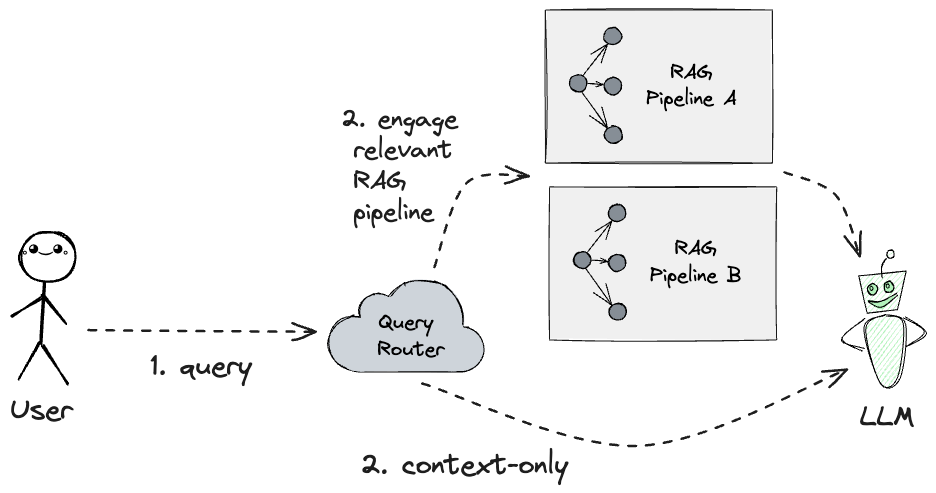
This is dotnetday-zurich-2025/graphics/rag-with-routing3.excalidraw.png from filipw/filipw.github.io, a Excalidraw export, as it was before one commit. Source tidied: one line per element, renumbered; positions are measured from the earlier drawing's top-left corner, leaving out a move shared by most shapes. The source it was exported from:
```json
{"id": 0, "type": "rectangle", "strokeColor": "#000000", "backgroundColor": "#ced4da", "fillStyle": "solid", "strokeWidth": 1, "roughness": 1, "round": true, "x": 338, "y": 319, "width": 121, "height": 43}
{"id": 1, "type": "ellipse", "strokeColor": "#000000", "backgroundColor": "#ced4da", "fillStyle": "solid", "strokeWidth": 1, "roughness": 1, "x": 372, "y": 270, "width": 82, "height": 79}
{"id": 2, "type": "ellipse", "strokeColor": "#000000", "backgroundColor": "#ced4da", "fillStyle": "solid", "strokeWidth": 1, "roughness": 1, "x": 318, "y": 306, "width": 57, "height": 55}
{"id": 3, "type": "ellipse", "strokeColor": "#000000", "backgroundColor": "#ced4da", "fillStyle": "solid", "strokeWidth": 1, "roughness": 1, "x": 349, "y": 283, "width": 39, "height": 35}
{"id": 4, "type": "ellipse", "strokeColor": "#000000", "backgroundColor": "#ced4da", "fillStyle": "solid", "strokeWidth": 1, "roughness": 1, "x": 426, "y": 316, "width": 48, "height": 45}
{"id": 5, "type": "ellipse", "strokeColor": "#ced4da", "backgroundColor": "#ced4da", "fillStyle": "solid", "strokeWidth": 1, "roughness": 1, "x": 325, "y": 313, "width": 50, "height": 49}
{"id": 6, "type": "ellipse", "strokeColor": "#ced4da", "backgroundColor": "#ced4da", "fillStyle": "solid", "strokeWidth": 1, "roughness": 1, "x": 393, "y": 294, "width": 60, "height": 65}
{"id": 7, "type": "ellipse", "strokeColor": "#ced4da", "backgroundColor": "#ced4da", "fillStyle": "solid", "strokeWidth": 1, "roughness": 1, "x": 414, "y": 317, "width": 58, "height": 44}
{"id": 8, "type": "ellipse", "strokeColor": "#ced4da", "backgroundColor": "#ced4da", "fillStyle": "solid", "strokeWidth": 1, "roughness": 1, "x": 363, "y": 285, "width": 48, "height": 49}
{"id": 9, "type": "ellipse", "strokeColor": "#ced4da", "backgroundColor": "#ced4da", "fillStyle": "solid", "strokeWidth": 1, "roughness": 1, "x": 343, "y": 298, "width": 67, "height": 61}
{"id": 10, "type": "text", "text": "Query \nRouter", "strokeColor": "#000000", "backgroundColor": "#ced4da", "fillStyle": "solid", "strokeWidth": 1, "roughness": 1, "fontSize": 20, "fontFamily": 1, "textAlign": "center", "x": 367, "y": 299, "width": 67, "height": 54}
{"id": 11, "type": "line", "strokeColor": "#000000", "backgroundColor": "#b2f2bb", "fillStyle": "hachure", "strokeWidth": 1, "roughness": 1, "x": 849, "y": 266, "width": 47, "height": 42, "points": [[0, 0], [8, 37], [39, 34], [47, -5], [0, 0]]}
{"id": 12, "type": "line", "strokeColor": "#000000", "angle": 0.41, "backgroundColor": "#b2f2bb", "fillStyle": "hachure", "strokeWidth": 1, "roughness": 1, "round": true, "x": 876, "y": 267, "width": 4, "height": 19, "points": [[0, 0], [-4, -10], [-3, -19]]}
{"id": 13, "type": "ellipse", "strokeColor": "#000000", "angle": 6.58, "backgroundColor": "#b2f2bb", "fillStyle": "hachure", "strokeWidth": 1, "roughness": 1, "x": 877, "y": 240, "width": 7, "height": 9}
{"id": 14, "type": "line", "strokeColor": "#000000", "angle": 6.21, "backgroundColor": "#b2f2bb", "fillStyle": "hachure", "strokeWidth": 1, "roughness": 1, "round": true, "x": 879, "y": 306, "width": 39, "height": 69, "points": [[0, 0], [17, 9], [8, 62], [-11, 68], [-23, 10], [-1, -1]]}
{"id": 15, "type": "line", "strokeColor": "#000000", "angle": 0.13, "backgroundColor": "#b2f2bb", "fillStyle": "hachure", "strokeWidth": 1, "roughness": 1, "round": true, "x": 892, "y": 309, "width": 23, "height": 29, "points": [[0, 0], [23, 11], [7, 29]]}
{"id": 16, "type": "line", "strokeColor": "#000000", "angle": 6.08, "backgroundColor": "#b2f2bb", "fillStyle": "hachure", "strokeWidth": 1, "roughness": 1, "round": true, "x": 857, "y": 312, "width": 25, "height": 29, "points": [[0, 0], [-25, 15], [-7, 29]]}
{"id": 17, "type": "line", "strokeColor": "#000000", "backgroundColor": "#b2f2bb", "fillStyle": "solid", "strokeWidth": 1, "roughness": 1, "round": true, "x": 887, "y": 283, "width": 29, "height": 14, "points": [[0, 0], [-12, 6], [-19, 8], [-29, 7], [-16, 14], [0, 2]]}
{"id": 18, "type": "ellipse", "strokeColor": "#000000", "backgroundColor": "#b2f2bb", "fillStyle": "solid", "strokeWidth": 1, "roughness": 1, "x": 857, "y": 274, "width": 10, "height": 11}
{"id": 19, "type": "ellipse", "strokeColor": "#000000", "backgroundColor": "#b2f2bb", "fillStyle": "solid", "strokeWidth": 1, "roughness": 0, "x": 860, "y": 276, "width": 3, "height": 4}
{"id": 20, "type": "ellipse", "strokeColor": "#000000", "backgroundColor": "#b2f2bb", "fillStyle": "solid", "strokeWidth": 1, "roughness": 1, "x": 874, "y": 271, "width": 10, "height": 11}
{"id": 21, "type": "ellipse", "strokeColor": "#000000", "backgroundColor": "#b2f2bb", "fillStyle": "solid", "strokeWidth": 1, "roughness": 0, "x": 876, "y": 274, "width": 3, "height": 4}
{"id": 22, "type": "text", "text": "LLM", "strokeColor": "#1e1e1e", "backgroundColor": "#b2f2bb", "fillStyle": "solid", "strokeWidth": 2, "roughness": 1, "fontSize": 28, "fontFamily": 1, "x": 850, "y": 390, "width": 55, "height": 35}
{"id": 23, "type": "ellipse", "strokeColor": "#000000", "strokeWidth": 2, "roughness": 1, "x": 10, "y": 221, "width": 56, "height": 51}
{"id": 24, "type": "line", "strokeColor": "#000000", "backgroundColor": "#ced4da", "fillStyle": "solid", "strokeWidth": 2, "roughness": 1, "round": true, "x": 35, "y": 272, "width": 3, "height": 62, "points": [[0, 0], [-3, 62]]}
{"id": 25, "type": "line", "strokeColor": "#000000", "backgroundColor": "#ced4da", "fillStyle": "solid", "strokeWidth": 2, "roughness": 1, "round": true, "x": 32, "y": 336, "width": 25, "height": 38, "points": [[0, 0], [25, 38]]}
{"id": 26, "type": "line", "strokeColor": "#000000", "backgroundColor": "#ced4da", "fillStyle": "solid", "strokeWidth": 2, "roughness": 1, "round": true, "x": 29, "y": 333, "width": 21, "height": 35, "points": [[0, 0], [-21, 35]]}
{"id": 27, "type": "line", "strokeColor": "#000000", "backgroundColor": "#ced4da", "fillStyle": "solid", "strokeWidth": 2, "roughness": 1, "round": true, "x": 1, "y": 307, "width": 32, "height": 21, "points": [[0, 0], [32, -21]]}
{"id": 28, "type": "line", "strokeColor": "#000000", "backgroundColor": "#ced4da", "fillStyle": "solid", "strokeWidth": 2, "roughness": 1, "round": true, "x": 33, "y": 285, "width": 23, "height": 28, "points": [[0, 0], [23, 28]]}
{"id": 29, "type": "text", "text": "｡◕‿◕｡", "strokeColor": "#000000", "strokeWidth": 1, "roughness": 1, "fontSize": 15.28, "fontFamily": 1, "x": 11, "y": 228, "width": 49, "height": 22}
{"id": 30, "type": "text", "text": "User", "strokeColor": "#1e1e1e", "backgroundColor": "#b2f2bb", "fillStyle": "solid", "strokeWidth": 2, "roughness": 1, "fontSize": 28, "fontFamily": 1, "x": 0, "y": 384, "width": 63, "height": 35}
{"id": 31, "type": "arrow", "strokeColor": "#1e1e1e", "backgroundColor": "#b2f2bb", "fillStyle": "solid", "strokeWidth": 2, "strokeStyle": "dashed", "roughness": 1, "endArrowhead": "arrow", "round": true, "to": 2, "x": 78, "y": 319, "width": 226, "height": 2, "points": [[0, 0], [226, 2]]}
{"id": 32, "type": "arrow", "strokeColor": "#1e1e1e", "backgroundColor": "#b2f2bb", "fillStyle": "solid", "strokeWidth": 2, "strokeStyle": "dashed", "roughness": 1, "endArrowhead": "arrow", "round": true, "from": 6, "x": 411, "y": 372, "width": 426, "height": 77, "points": [[0, 0], [217, 64], [426, -14]]}
{"id": 33, "type": "text", "text": "1. query", "strokeColor": "#1e1e1e", "strokeWidth": 2, "roughness": 1, "fontSize": 28, "fontFamily": 1, "x": 141, "y": 339, "width": 101, "height": 35}
{"id": 34, "type": "text", "text": "2. engage \n relevant\n RAG\n pipeline", "strokeColor": "#1e1e1e", "strokeWidth": 2, "roughness": 1, "fontSize": 24.74, "fontFamily": 1, "x": 331, "y": 95, "width": 129, "height": 124}
{"id": 35, "type": "arrow", "strokeColor": "#1e1e1e", "backgroundColor": "#b2f2bb", "fillStyle": "solid", "strokeWidth": 2, "strokeStyle": "dashed", "roughness": 1, "endArrowhead": "arrow", "round": true, "from": 1, "to": 47, "x": 424, "y": 257, "width": 96, "height": 92, "points": [[0, 0], [32, -83], [96, -92]]}
{"id": 36, "type": "arrow", "strokeColor": "#1e1e1e", "backgroundColor": "#b2f2bb", "fillStyle": "solid", "strokeWidth": 2, "strokeStyle": "dashed", "roughness": 1, "endArrowhead": "arrow", "round": true, "from": 47, "x": 774, "y": 163, "width": 76, "height": 82, "points": [[0, 0], [53, 21], [76, 82]]}
{"id": 37, "type": "text", "text": "2. context-only", "strokeColor": "#1e1e1e", "strokeWidth": 2, "roughness": 1, "fontSize": 28, "fontFamily": 1, "x": 350, "y": 438, "width": 208, "height": 35}
{"id": 38, "type": "rectangle", "strokeColor": "#000000", "backgroundColor": "#eeeeee", "fillStyle": "solid", "strokeWidth": 1, "roughness": 1, "opacity": 90, "x": 535, "y": 0, "width": 227, "height": 153}
{"id": 39, "type": "ellipse", "strokeColor": "#000000", "backgroundColor": "#868e96", "fillStyle": "solid", "strokeWidth": 1, "roughness": 1, "round": true, "x": 594, "y": 67, "width": 18, "height": 17}
{"id": 40, "type": "ellipse", "strokeColor": "#000000", "backgroundColor": "#868e96", "fillStyle": "solid", "strokeWidth": 1, "roughness": 1, "round": true, "x": 559, "y": 65, "width": 18, "height": 17}
{"id": 41, "type": "ellipse", "strokeColor": "#000000", "backgroundColor": "#868e96", "fillStyle": "solid", "strokeWidth": 1, "roughness": 1, "round": true, "x": 594, "y": 116, "width": 18, "height": 17}
{"id": 42, "type": "ellipse", "strokeColor": "#000000", "backgroundColor": "#868e96", "fillStyle": "solid", "strokeWidth": 1, "roughness": 1, "round": true, "x": 594, "y": 17, "width": 18, "height": 17}
{"id": 43, "type": "arrow", "strokeColor": "#000000", "strokeWidth": 1, "roughness": 1, "endArrowhead": "arrow", "from": 40, "x": 572, "y": 82, "width": 26, "height": 36, "points": [[0, 0], [26, 36]]}
{"id": 44, "type": "arrow", "strokeColor": "#000000", "strokeWidth": 1, "roughness": 1, "endArrowhead": "arrow", "from": 40, "to": 39, "x": 578, "y": 73, "width": 16, "height": 1, "points": [[0, 0], [16, 1]]}
{"id": 45, "type": "arrow", "strokeColor": "#000000", "strokeWidth": 1, "roughness": 1, "endArrowhead": "arrow", "from": 40, "to": 42, "x": 573, "y": 65, "width": 24, "height": 31, "points": [[0, 0], [24, -31]]}
{"id": 46, "type": "text", "text": "RAG\nPipeline A", "strokeColor": "#000000", "strokeWidth": 1, "roughness": 1, "fontSize": 19.72, "fontFamily": 1, "textAlign": "center", "x": 636, "y": 49, "width": 90, "height": 53}
{"id": 47, "type": "rectangle", "strokeColor": "#000000", "backgroundColor": "#eeeeee", "fillStyle": "solid", "strokeWidth": 1, "roughness": 1, "opacity": 90, "x": 540, "y": 177, "width": 227, "height": 153}
{"id": 48, "type": "ellipse", "strokeColor": "#000000", "backgroundColor": "#868e96", "fillStyle": "solid", "strokeWidth": 1, "roughness": 1, "round": true, "x": 598, "y": 244, "width": 18, "height": 17}
{"id": 49, "type": "ellipse", "strokeColor": "#000000", "backgroundColor": "#868e96", "fillStyle": "solid", "strokeWidth": 1, "roughness": 1, "round": true, "x": 563, "y": 241, "width": 18, "height": 17}
{"id": 50, "type": "ellipse", "strokeColor": "#000000", "backgroundColor": "#868e96", "fillStyle": "solid", "strokeWidth": 1, "roughness": 1, "round": true, "x": 599, "y": 293, "width": 18, "height": 17}
{"id": 51, "type": "ellipse", "strokeColor": "#000000", "backgroundColor": "#868e96", "fillStyle": "solid", "strokeWidth": 1, "roughness": 1, "round": true, "x": 598, "y": 194, "width": 18, "height": 17}
{"id": 52, "type": "arrow", "strokeColor": "#000000", "strokeWidth": 1, "roughness": 1, "endArrowhead": "arrow", "from": 49, "x": 576, "y": 259, "width": 26, "height": 36, "points": [[0, 0], [26, 36]]}
{"id": 53, "type": "arrow", "strokeColor": "#000000", "strokeWidth": 1, "roughness": 1, "endArrowhead": "arrow", "from": 49, "to": 48, "x": 582, "y": 250, "width": 16, "height": 1, "points": [[0, 0], [16, 1]]}
{"id": 54, "type": "arrow", "strokeColor": "#000000", "strokeWidth": 1, "roughness": 1, "endArrowhead": "arrow", "from": 49, "to": 51, "x": 578, "y": 242, "width": 24, "height": 31, "points": [[0, 0], [24, -31]]}
{"id": 55, "type": "text", "text": "RAG\nPipeline B", "strokeColor": "#000000", "strokeWidth": 1, "roughness": 1, "fontSize": 19.72, "fontFamily": 1, "textAlign": "center", "x": 640, "y": 226, "width": 92, "height": 53}
```
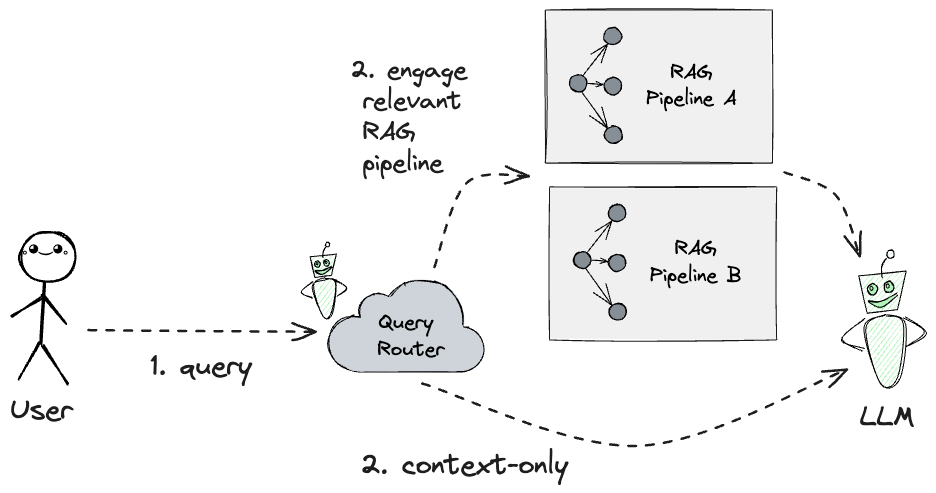
Above is the later version.

What changed in the source:
```diff
@@ -32,7 +32,7 @@
 {"id": 31, "type": "arrow", "strokeColor": "#1e1e1e", "backgroundColor": "#b2f2bb", "fillStyle": "solid", "strokeWidth": 2, "strokeStyle": "dashed", "roughness": 1, "endArrowhead": "arrow", "round": true, "to": 2, "x": 78, "y": 319, "width": 226, "height": 2, "points": [[0, 0], [226, 2]]}
 {"id": 32, "type": "arrow", "strokeColor": "#1e1e1e", "backgroundColor": "#b2f2bb", "fillStyle": "solid", "strokeWidth": 2, "strokeStyle": "dashed", "roughness": 1, "endArrowhead": "arrow", "round": true, "from": 6, "x": 411, "y": 372, "width": 426, "height": 77, "points": [[0, 0], [217, 64], [426, -14]]}
 {"id": 33, "type": "text", "text": "1. query", "strokeColor": "#1e1e1e", "strokeWidth": 2, "roughness": 1, "fontSize": 28, "fontFamily": 1, "x": 141, "y": 339, "width": 101, "height": 35}
-{"id": 34, "type": "text", "text": "2. engage \n relevant\n RAG\n pipeline", "strokeColor": "#1e1e1e", "strokeWidth": 2, "roughness": 1, "fontSize": 24.74, "fontFamily": 1, "x": 331, "y": 95, "width": 129, "height": 124}
+{"id": 34, "type": "text", "text": "2. engage \n relevant\n RAG\n pipeline", "strokeColor": "#1e1e1e", "strokeWidth": 2, "roughness": 1, "fontSize": 24.74, "fontFamily": 1, "x": 340, "y": 45, "width": 129, "height": 124}
 {"id": 35, "type": "arrow", "strokeColor": "#1e1e1e", "backgroundColor": "#b2f2bb", "fillStyle": "solid", "strokeWidth": 2, "strokeStyle": "dashed", "roughness": 1, "endArrowhead": "arrow", "round": true, "from": 1, "to": 47, "x": 424, "y": 257, "width": 96, "height": 92, "points": [[0, 0], [32, -83], [96, -92]]}
 {"id": 36, "type": "arrow", "strokeColor": "#1e1e1e", "backgroundColor": "#b2f2bb", "fillStyle": "solid", "strokeWidth": 2, "strokeStyle": "dashed", "roughness": 1, "endArrowhead": "arrow", "round": true, "from": 47, "x": 774, "y": 163, "width": 76, "height": 82, "points": [[0, 0], [53, 21], [76, 82]]}
 {"id": 37, "type": "text", "text": "2. context-only", "strokeColor": "#1e1e1e", "strokeWidth": 2, "roughness": 1, "fontSize": 28, "fontFamily": 1, "x": 350, "y": 438, "width": 208, "height": 35}
@@ -54,3 +54,14 @@
 {"id": 53, "type": "arrow", "strokeColor": "#000000", "strokeWidth": 1, "roughness": 1, "endArrowhead": "arrow", "from": 49, "to": 48, "x": 582, "y": 250, "width": 16, "height": 1, "points": [[0, 0], [16, 1]]}
 {"id": 54, "type": "arrow", "strokeColor": "#000000", "strokeWidth": 1, "roughness": 1, "endArrowhead": "arrow", "from": 49, "to": 51, "x": 578, "y": 242, "width": 24, "height": 31, "points": [[0, 0], [24, -31]]}
 {"id": 55, "type": "text", "text": "RAG\nPipeline B", "strokeColor": "#000000", "strokeWidth": 1, "roughness": 1, "fontSize": 19.72, "fontFamily": 1, "textAlign": "center", "x": 640, "y": 226, "width": 92, "height": 53}
+{"id": 56, "type": "line", "strokeColor": "#000000", "backgroundColor": "#b2f2bb", "fillStyle": "hachure", "strokeWidth": 1, "roughness": 1, "x": 300, "y": 247, "width": 26, "height": 23, "points": [[0, 0], [5, 21], [21, 19], [26, -3], [0, 0]]}
+{"id": 57, "type": "line", "strokeColor": "#000000", "angle": 0.41, "backgroundColor": "#b2f2bb", "fillStyle": "hachure", "strokeWidth": 1, "roughness": 1, "round": true, "x": 315, "y": 248, "width": 2, "height": 11, "points": [[0, 0], [-2, -6], [-2, -11]]}
+{"id": 58, "type": "ellipse", "strokeColor": "#000000", "angle": 0.29, "backgroundColor": "#b2f2bb", "fillStyle": "hachure", "strokeWidth": 1, "roughness": 1, "x": 316, "y": 232, "width": 4, "height": 5}
+{"id": 59, "type": "line", "strokeColor": "#000000", "angle": 6.21, "backgroundColor": "#b2f2bb", "fillStyle": "hachure", "strokeWidth": 1, "roughness": 1, "round": true, "x": 317, "y": 269, "width": 22, "height": 38, "points": [[0, 0], [9, 5], [4, 34], [-6, 38], [-13, 5], [-1, 0]]}
+{"id": 60, "type": "line", "strokeColor": "#000000", "angle": 0.13, "backgroundColor": "#b2f2bb", "fillStyle": "hachure", "strokeWidth": 1, "roughness": 1, "round": true, "x": 324, "y": 271, "width": 13, "height": 16, "points": [[0, 0], [13, 6], [4, 16]]}
+{"id": 61, "type": "line", "strokeColor": "#000000", "angle": 6.08, "backgroundColor": "#b2f2bb", "fillStyle": "hachure", "strokeWidth": 1, "roughness": 1, "round": true, "x": 305, "y": 273, "width": 14, "height": 16, "points": [[0, 0], [-14, 8], [-4, 16]]}
+{"id": 62, "type": "line", "strokeColor": "#000000", "backgroundColor": "#b2f2bb", "fillStyle": "solid", "strokeWidth": 1, "roughness": 1, "round": true, "x": 321, "y": 257, "width": 16, "height": 8, "points": [[0, 0], [-7, 3], [-11, 5], [-16, 4], [-9, 8], [0, 1]]}
+{"id": 63, "type": "ellipse", "strokeColor": "#000000", "backgroundColor": "#b2f2bb", "fillStyle": "solid", "strokeWidth": 1, "roughness": 1, "x": 305, "y": 251, "width": 6, "height": 6}
+{"id": 64, "type": "ellipse", "strokeColor": "#000000", "backgroundColor": "#b2f2bb", "fillStyle": "solid", "strokeWidth": 1, "roughness": 0, "x": 306, "y": 253, "width": 2, "height": 2}
+{"id": 65, "type": "ellipse", "strokeColor": "#000000", "backgroundColor": "#b2f2bb", "fillStyle": "solid", "strokeWidth": 1, "roughness": 1, "x": 314, "y": 250, "width": 6, "height": 6}
+{"id": 66, "type": "ellipse", "strokeColor": "#000000", "backgroundColor": "#b2f2bb", "fillStyle": "solid", "strokeWidth": 1, "roughness": 0, "x": 315, "y": 251, "width": 2, "height": 2}
```
